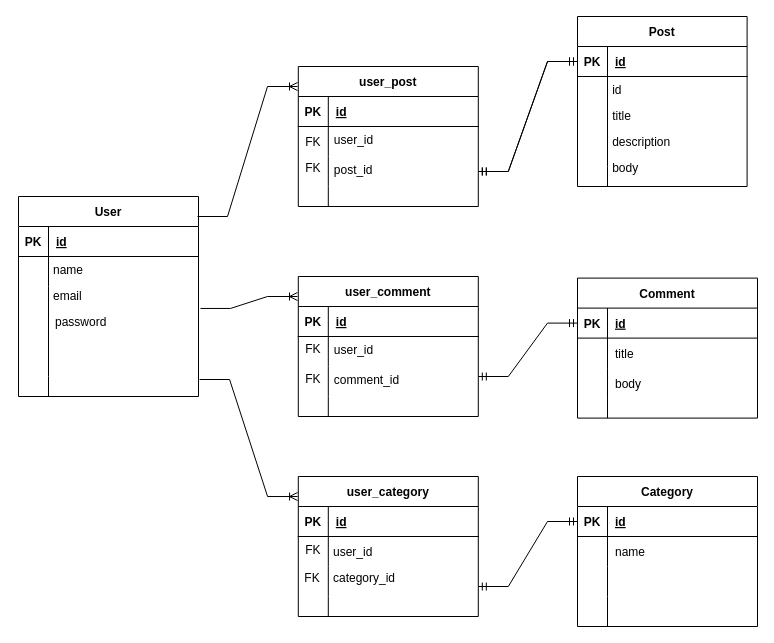
Earlier version of the draw.io diagram Draw-io/WebApp-Draw-io (4).drawio (y2-SW-project/sw-project-ca1-Stephen-Gordon). Source tidied: cells renumbered, new cells numbered last; positions are measured from the earlier drawing's top-left corner, leaving out a move shared by most shapes. Both pictures are drawn from the tidied source at 100%, with x=0, y=0 at pixel (16, 16).
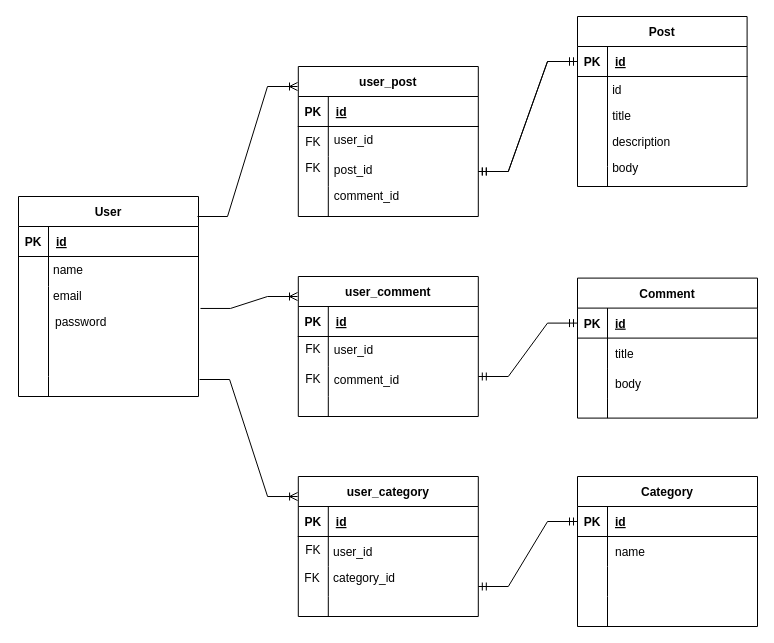
The same diagram, later.

The change refers to these unchanged cells:
```xml
<mxCell id="53" style="group;" parent="1" vertex="1">
  <mxGeometry x="281.8" y="50" width="180" height="180" as="geometry" />
</mxCell>
```

Diff of the diagram source:
```diff
@@
     <mxCell id="54" value="user_post" style="shape=table;startSize=30;childLayout=tableLayout;rowLines=0;fontStyle=1;align=center;" parent="53" vertex="1">
-      <mxGeometry width="180" height="140" as="geometry" />
+      <mxGeometry width="180" height="150" as="geometry" />
     </mxCell>
@@
     <mxCell id="64" style="shape=tableRow;horizontal=0;startSize=0;swimlaneHead=0;swimlaneBody=0;fillColor=none;top=0;left=0;right=0;bottom=0;" parent="54" vertex="1">
-      <mxGeometry y="120" width="180" height="20" as="geometry" />
+      <mxGeometry y="120" width="180" height="30" as="geometry" />
     </mxCell>
     <mxCell id="65" style="shape=partialRectangle;fillColor=none;top=0;left=0;bottom=0;right=0;overflow=hidden;" parent="64" vertex="1">
-      <mxGeometry width="30" height="20" as="geometry" />
+      <mxGeometry width="30" height="30" as="geometry" />
     </mxCell>
     <mxCell id="66" style="shape=partialRectangle;fillColor=none;top=0;left=0;bottom=0;right=0;align=left;spacingLeft=6;overflow=hidden;" parent="64" vertex="1">
-      <mxGeometry x="30" width="150" height="20" as="geometry" />
+      <mxGeometry x="30" width="150" height="30" as="geometry" />
     </mxCell>
@@
+    <mxCell id="128" value="comment_id" style="text;align=left;verticalAlign=top;spacingLeft=4;spacingRight=4;overflow=hidden;rounded=0;shadow=0;html=0;" parent="53" vertex="1">
+      <mxGeometry x="30" y="116" width="140.8" height="26" as="geometry" />
+    </mxCell>
```
